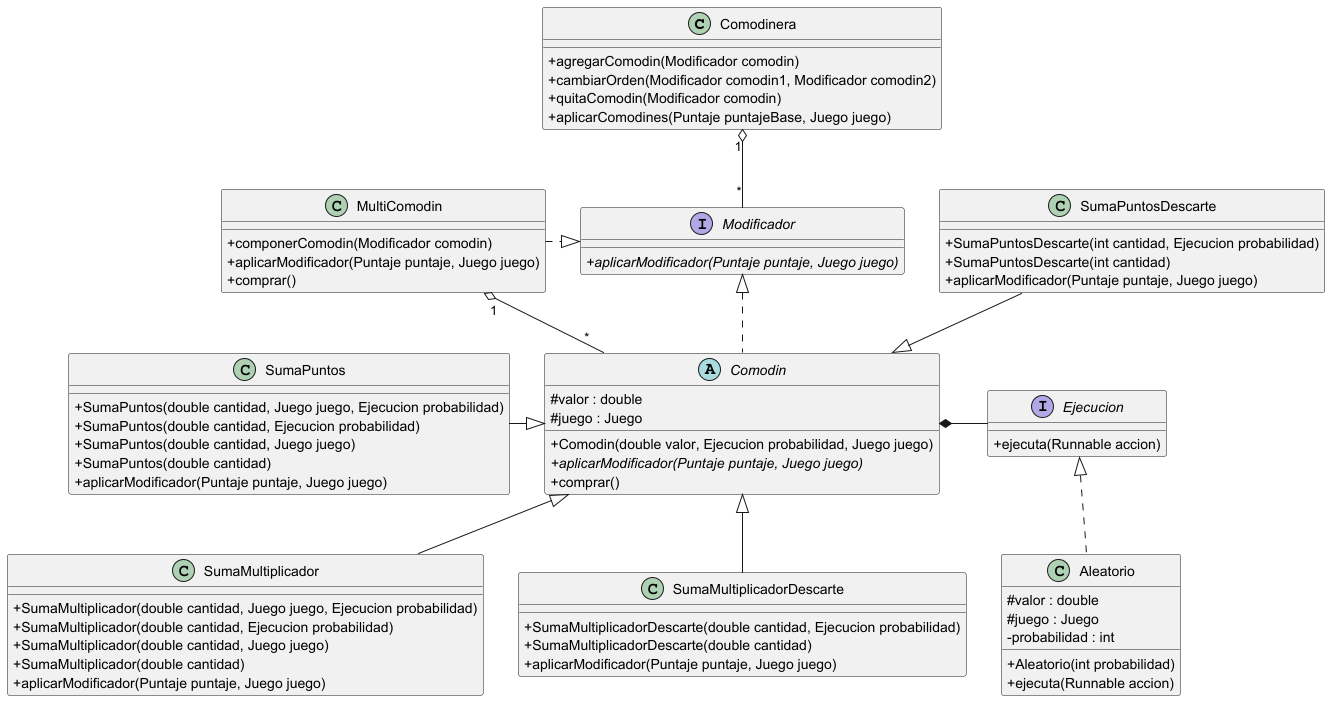
This is diagrams/classes/Comodin.png from facukresta/g06-tp2-2c-2024, a PlantUML export, as it was before one commit.
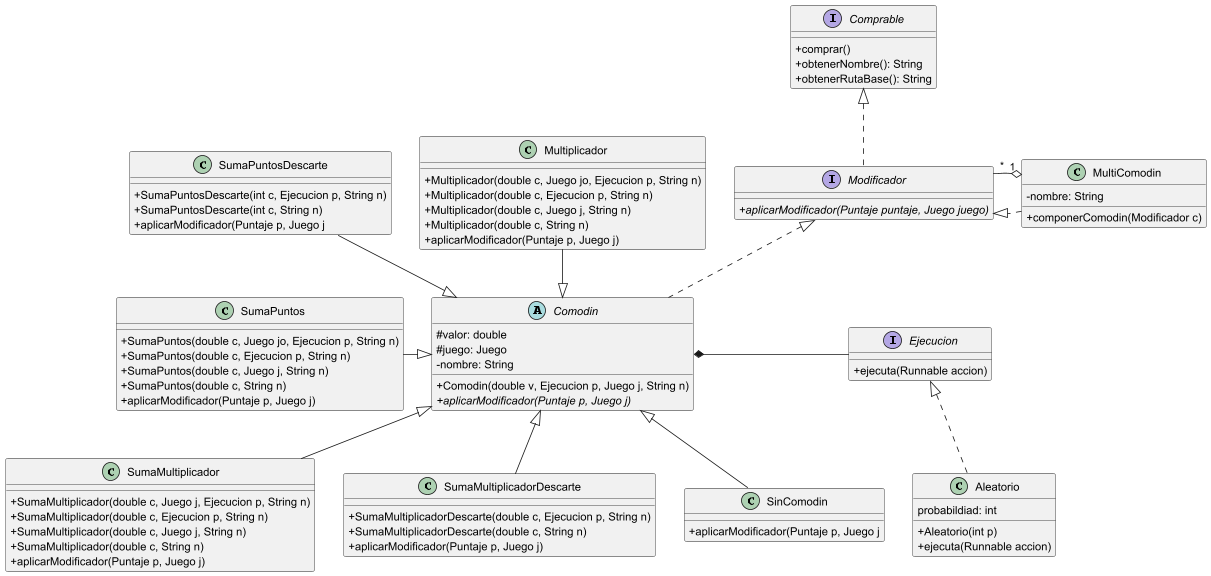
After the change.

The edit, as a diff of the source:
```diff
@@ -1,23 +1,24 @@
 @startuml Comodin
 skinparam classAttributeIconSize 0
 
-class Comodinera{
-    +agregarComodin(Modificador comodin)
-    +cambiarOrden(Modificador comodin1, Modificador comodin2)
-    +quitaComodin(Modificador comodin)
-    +aplicarComodines(Puntaje puntajeBase, Juego juego)
-}
+
 
 interface Modificador{
 +{abstract} aplicarModificador(Puntaje puntaje, Juego juego)
 }
 
+interface Comprable {
+    +comprar()
+    +obtenerNombre(): String
+    +obtenerRutaBase(): String
+}
+
 abstract class Comodin{
-#valor : double
-#juego : Juego
-+{method} Comodin(double valor, Ejecucion probabilidad, Juego juego)
-+{abstract} {method} aplicarModificador(Puntaje puntaje, Juego juego)
-+comprar()
+#valor: double
+#juego: Juego
+-nombre: String
++Comodin(double v, Ejecucion p, Juego j, String n)
++{abstract} {method} aplicarModificador(Puntaje p, Juego j)
 }
 
 interface Ejecucion{
@@ -25,51 +26,65 @@
 }
 
 class Aleatorio{
-#valor : double
-#juego : Juego
-- probabilidad : int
-+{method} Aleatorio(int probabilidad)
+probabildiad: int
++Aleatorio(int p)
 +ejecuta(Runnable accion)
 }
 
 class SumaMultiplicador{
-+SumaMultiplicador(double cantidad, Juego juego, Ejecucion probabilidad)
-+SumaMultiplicador(double cantidad, Ejecucion probabilidad)
-+SumaMultiplicador(double cantidad, Juego juego)
-+SumaMultiplicador(double cantidad)
-+aplicarModificador(Puntaje puntaje, Juego juego)
++SumaMultiplicador(double c, Juego j, Ejecucion p, String n)
++SumaMultiplicador(double c, Ejecucion p, String n)
++SumaMultiplicador(double c, Juego j, String n)
++SumaMultiplicador(double c, String n)
++aplicarModificador(Puntaje p, Juego j)
 }
 
 class SumaMultiplicadorDescarte{
-+SumaMultiplicadorDescarte(double cantidad, Ejecucion probabilidad)
-+SumaMultiplicadorDescarte(double cantidad)
-+aplicarModificador(Puntaje puntaje, Juego juego)
++SumaMultiplicadorDescarte(double c, Ejecucion p, String n)
++SumaMultiplicadorDescarte(double c, String n)
++aplicarModificador(Puntaje p, Juego j)
 }
 
 class SumaPuntos{
-+SumaPuntos(double cantidad, Juego juego, Ejecucion probabilidad)
-+SumaPuntos(double cantidad, Ejecucion probabilidad)
-+SumaPuntos(double cantidad, Juego juego)
-+SumaPuntos(double cantidad)
-+aplicarModificador(Puntaje puntaje, Juego juego)
++SumaPuntos(double c, Juego jo, Ejecucion p, String n)
++SumaPuntos(double c, Ejecucion p, String n)
++SumaPuntos(double c, Juego j, String n)
++SumaPuntos(double c, String n)
++aplicarModificador(Puntaje p, Juego j)
 }
 
 class SumaPuntosDescarte{
-+SumaPuntosDescarte(int cantidad, Ejecucion probabilidad)
-+SumaPuntosDescarte(int cantidad)
-+aplicarModificador(Puntaje puntaje, Juego juego)
++SumaPuntosDescarte(int c, Ejecucion p, String n)
++SumaPuntosDescarte(int c, String n)
++aplicarModificador(Puntaje p, Juego j
+}
+
+class Multiplicador {
++Multiplicador(double c, Juego jo, Ejecucion p, String n)
++Multiplicador(double c, Ejecucion p, String n)
++Multiplicador(double c, Juego j, String n)
++Multiplicador(double c, String n)
++aplicarModificador(Puntaje p, Juego j)
+}
+
+class SinComodin {
++aplicarModificador(Puntaje p, Juego j
 }
 
 class MultiComodin{
-    +componerComodin(Modificador comodin)
-    +aplicarModificador(Puntaje puntaje, Juego juego)
-    +comprar()
+-nombre: String
++componerComodin(Modificador c)
 }
+
+
+Modificador .up.|> Comprable
 
 SumaPuntos -right-|> Comodin
 SumaMultiplicadorDescarte -up-|> Comodin
 SumaPuntosDescarte -down-|> Comodin
 SumaMultiplicador -up-|> Comodin
+Multiplicador -down-|> Comodin
+SinComodin -up-|> Comodin
 
 Comodin *-right- Ejecucion
 Aleatorio .up.|> Ejecucion
@@ -77,7 +92,7 @@
 Comodin .up.|> Modificador
 MultiComodin .right.|> Modificador
 
-Comodinera "1" o-- "*" Modificador
-MultiComodin "1" o-- "*" Comodin
+
+MultiComodin "1" o-up- "*" Modificador
 
 @enduml
```
